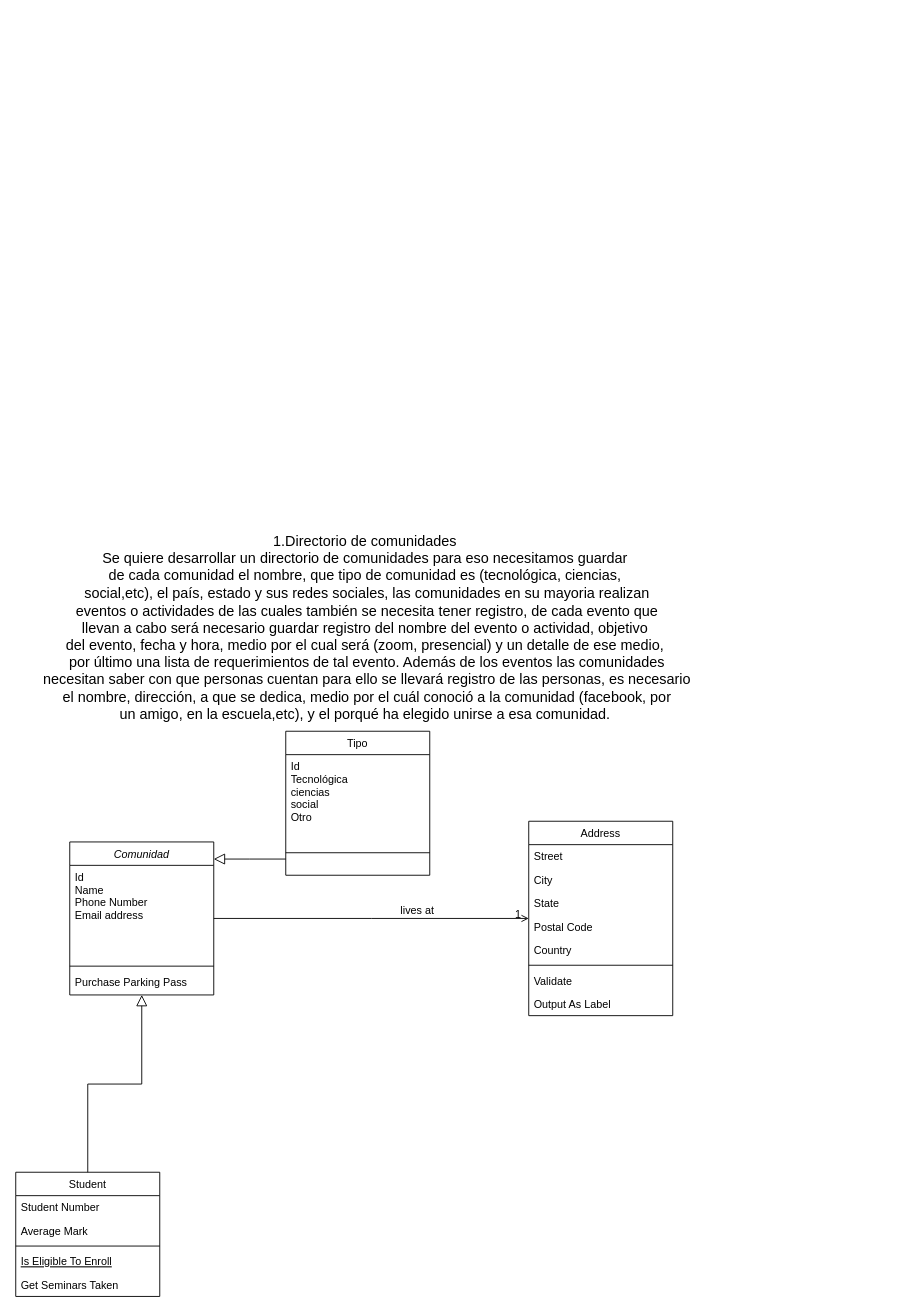
Above: Untitled Diagram.drawio in jazzadahack323Gro/Diagrams (draw.io), before the change. Source tidied: cells renumbered, new cells numbered last; positions are measured from the earlier drawing's top-left corner, leaving out a move shared by most shapes. Both pictures are drawn from the tidied source at 90%, with x=0, y=0 at pixel (15, 533).
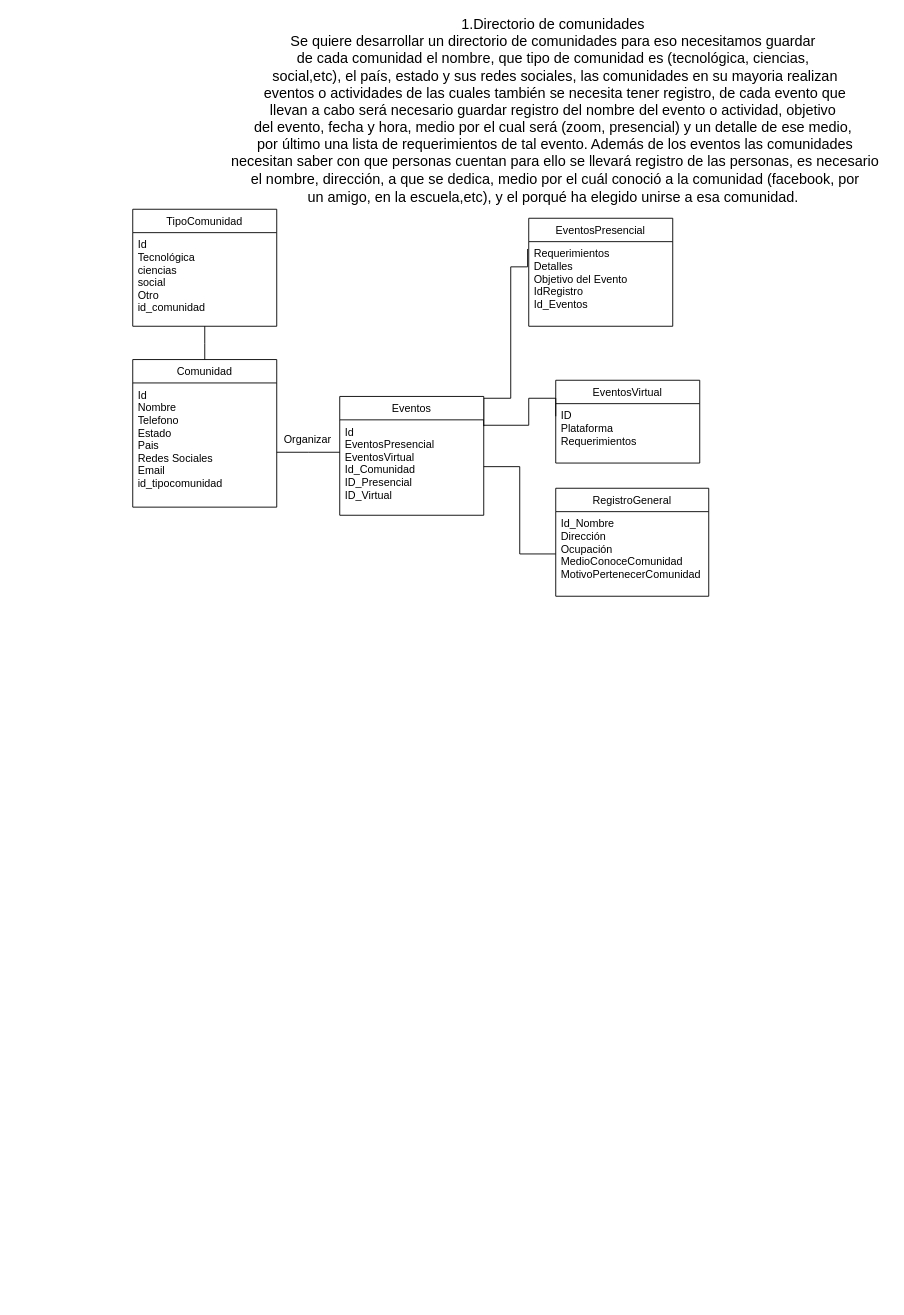
The same page after the edit.

Change to the diagram source:
```diff
@@
-    <mxCell id="2" value="Comunidad" style="swimlane;fontStyle=2;align=center;verticalAlign=top;horizontal=1;startSize=26;rounded=0;shadow=0;strokeWidth=1;" parent="1" vertex="1">
-      <mxGeometry x="60" y="343" width="160" height="170" as="geometry" />
+    <mxCell id="2" value="Comunidad" style="swimlane;fontStyle=0;align=center;verticalAlign=top;horizontal=1;startSize=26;rounded=0;shadow=0;strokeWidth=1;" parent="1" vertex="1">
+      <mxGeometry x="130" y="-193" width="160" height="164" as="geometry" />
     </mxCell>
-    <mxCell id="3" value="Id &#10;Name&#10;Phone Number&#10;Email address" style="text;align=left;verticalAlign=top;spacingLeft=4;spacingRight=4;overflow=hidden;" parent="2" vertex="1">
-      <mxGeometry y="26" width="160" height="108" as="geometry" />
+    <mxCell id="3" value="Id &#10;Nombre&#10;Telefono&#10;Estado&#10;Pais&#10;Redes Sociales&#10;Email &#10;id_tipocomunidad" style="text;align=left;verticalAlign=top;spacingLeft=4;spacingRight=4;overflow=hidden;" parent="2" vertex="1">
+      <mxGeometry y="26" width="160" height="138" as="geometry" />
     </mxCell>
-    <mxCell id="4" style="line;html=1;strokeWidth=1;align=left;verticalAlign=middle;spacingTop=-1;spacingLeft=3;spacingRight=3;labelPosition=right;" parent="2" vertex="1">
-      <mxGeometry y="134" width="160" height="8" as="geometry" />
-    </mxCell>
-    <mxCell id="5" value="Purchase Parking Pass" style="text;align=left;verticalAlign=middle;spacingLeft=4;spacingRight=4;overflow=hidden;" parent="2" vertex="1">
-      <mxGeometry y="142" width="160" height="28" as="geometry" />
-    </mxCell>
-    <mxCell id="6" value="Student" style="swimlane;fontStyle=0;align=center;verticalAlign=top;horizontal=1;startSize=26;rounded=0;shadow=0;strokeWidth=1;" parent="1" vertex="1">
-      <mxGeometry y="710" width="160" height="138" as="geometry" />
-    </mxCell>
-    <mxCell id="7" value="Student Number" style="text;align=left;verticalAlign=top;spacingLeft=4;spacingRight=4;overflow=hidden;" parent="6" vertex="1">
-      <mxGeometry y="26" width="160" height="26" as="geometry" />
-    </mxCell>
-    <mxCell id="8" value="Average Mark" style="text;align=left;verticalAlign=top;spacingLeft=4;spacingRight=4;overflow=hidden;rounded=0;shadow=0;html=0;" parent="6" vertex="1">
-      <mxGeometry y="52" width="160" height="26" as="geometry" />
-    </mxCell>
-    <mxCell id="9" style="line;html=1;strokeWidth=1;align=left;verticalAlign=middle;spacingTop=-1;spacingLeft=3;spacingRight=3;labelPosition=right;" parent="6" vertex="1">
-      <mxGeometry y="78" width="160" height="8" as="geometry" />
-    </mxCell>
-    <mxCell id="10" value="Is Eligible To Enroll" style="text;align=left;verticalAlign=top;spacingLeft=4;spacingRight=4;overflow=hidden;fontStyle=4;" parent="6" vertex="1">
-      <mxGeometry y="86" width="160" height="26" as="geometry" />
-    </mxCell>
-    <mxCell id="11" value="Get Seminars Taken" style="text;align=left;verticalAlign=top;spacingLeft=4;spacingRight=4;overflow=hidden;" parent="6" vertex="1">
-      <mxGeometry y="112" width="160" height="26" as="geometry" />
-    </mxCell>
-    <mxCell id="12" style="endArrow=block;endSize=10;endFill=0;shadow=0;strokeWidth=1;rounded=0;edgeStyle=elbowEdgeStyle;elbow=vertical;" parent="1" edge="1" source="6" target="2">
-      <mxGeometry relative="1" as="geometry" />
-    </mxCell>
-    <mxCell id="13" value="Tipo" style="swimlane;fontStyle=0;align=center;verticalAlign=top;horizontal=1;startSize=26;rounded=0;shadow=0;strokeWidth=1;" parent="1" vertex="1">
-      <mxGeometry x="300" y="220" width="160" height="160" as="geometry" />
+    <mxCell id="13" value="TipoComunidad" style="swimlane;fontStyle=0;align=center;verticalAlign=top;horizontal=1;startSize=26;rounded=0;shadow=0;strokeWidth=1;" parent="1" vertex="1">
+      <mxGeometry x="130" y="-360" width="160" height="130" as="geometry" />
     </mxCell>
-    <mxCell id="14" value="Id&#10;Tecnológica&#10;ciencias &#10;social&#10;Otro" style="text;align=left;verticalAlign=top;spacingLeft=4;spacingRight=4;overflow=hidden;" parent="13" vertex="1">
-      <mxGeometry y="26" width="160" height="84" as="geometry" />
+    <mxCell id="14" value="Id&#10;Tecnológica&#10;ciencias &#10;social&#10;Otro&#10;id_comunidad" style="text;align=left;verticalAlign=top;spacingLeft=4;spacingRight=4;overflow=hidden;" parent="13" vertex="1">
+      <mxGeometry y="26" width="160" height="104" as="geometry" />
     </mxCell>
-    <mxCell id="15" style="line;html=1;strokeWidth=1;align=left;verticalAlign=middle;spacingTop=-1;spacingLeft=3;spacingRight=3;labelPosition=right;" parent="13" vertex="1">
-      <mxGeometry y="110" width="160" height="50" as="geometry" />
-    </mxCell>
-    <mxCell id="16" style="endArrow=block;endSize=10;endFill=0;shadow=0;strokeWidth=1;rounded=0;edgeStyle=elbowEdgeStyle;elbow=vertical;" parent="1" edge="1" source="13" target="2">
+    <mxCell id="16" style="endArrow=none;endFill=0;shadow=0;strokeWidth=1;rounded=0;edgeStyle=elbowEdgeStyle;elbow=vertical;" parent="1" edge="1" source="13" target="2">
       <mxGeometry relative="1" as="geometry" />
     </mxCell>
+    <mxCell id="30" style="edgeStyle=orthogonalEdgeStyle;rounded=0;jettySize=auto;html=1;exitX=1;exitY=0.25;exitDx=0;exitDy=0;entryX=-0.008;entryY=0.11;entryDx=0;entryDy=0;entryPerimeter=0;endArrow=none;endFill=0;" parent="1" edge="1" source="17" target="32">
+      <mxGeometry relative="1" as="geometry">
+        <Array as="points">
+          <mxPoint x="520" y="-150" />
+          <mxPoint x="550" y="-150" />
+          <mxPoint x="550" y="-296" />
+        </Array>
+      </mxGeometry>
+    </mxCell>
-    <mxCell id="17" value="Address" style="swimlane;fontStyle=0;align=center;verticalAlign=top;horizontal=1;startSize=26;rounded=0;shadow=0;strokeWidth=1;" parent="1" vertex="1">
-      <mxGeometry x="570" y="320" width="160" height="216" as="geometry" />
+    <mxCell id="17" value="Eventos" style="swimlane;fontStyle=0;align=center;verticalAlign=top;horizontal=1;startSize=26;rounded=0;shadow=0;strokeWidth=1;" parent="1" vertex="1">
+      <mxGeometry x="360" y="-152" width="160" height="132" as="geometry" />
     </mxCell>
-    <mxCell id="18" value="Street" style="text;align=left;verticalAlign=top;spacingLeft=4;spacingRight=4;overflow=hidden;" parent="17" vertex="1">
-      <mxGeometry y="26" width="160" height="26" as="geometry" />
-    </mxCell>
-    <mxCell id="19" value="City" style="text;align=left;verticalAlign=top;spacingLeft=4;spacingRight=4;overflow=hidden;rounded=0;shadow=0;html=0;" parent="17" vertex="1">
-      <mxGeometry y="52" width="160" height="26" as="geometry" />
-    </mxCell>
-    <mxCell id="20" value="State" style="text;align=left;verticalAlign=top;spacingLeft=4;spacingRight=4;overflow=hidden;rounded=0;shadow=0;html=0;" parent="17" vertex="1">
-      <mxGeometry y="78" width="160" height="26" as="geometry" />
-    </mxCell>
-    <mxCell id="21" value="Postal Code" style="text;align=left;verticalAlign=top;spacingLeft=4;spacingRight=4;overflow=hidden;points=[[0,0.5],[1,0.5]];portConstraint=eastwest;rounded=0;shadow=0;html=0;" parent="17" vertex="1">
-      <mxGeometry y="104" width="160" height="26" as="geometry" />
+    <mxCell id="21" value="Id&#10;EventosPresencial&#10;EventosVirtual&#10;Id_Comunidad&#10;ID_Presencial&#10;ID_Virtual" style="text;align=left;verticalAlign=top;spacingLeft=4;spacingRight=4;overflow=hidden;points=[[0,0.5],[1,0.5]];portConstraint=eastwest;rounded=0;shadow=0;html=0;" parent="17" vertex="1">
+      <mxGeometry y="26" width="160" height="104" as="geometry" />
     </mxCell>
-    <mxCell id="22" value="Country" style="text;align=left;verticalAlign=top;spacingLeft=4;spacingRight=4;overflow=hidden;rounded=0;shadow=0;html=0;" parent="17" vertex="1">
-      <mxGeometry y="130" width="160" height="26" as="geometry" />
-    </mxCell>
-    <mxCell id="23" style="line;html=1;strokeWidth=1;align=left;verticalAlign=middle;spacingTop=-1;spacingLeft=3;spacingRight=3;labelPosition=right;" parent="17" vertex="1">
-      <mxGeometry y="156" width="160" height="8" as="geometry" />
-    </mxCell>
-    <mxCell id="24" value="Validate" style="text;align=left;verticalAlign=top;spacingLeft=4;spacingRight=4;overflow=hidden;" parent="17" vertex="1">
-      <mxGeometry y="164" width="160" height="26" as="geometry" />
-    </mxCell>
-    <mxCell id="25" value="Output As Label" style="text;align=left;verticalAlign=top;spacingLeft=4;spacingRight=4;overflow=hidden;" parent="17" vertex="1">
-      <mxGeometry y="190" width="160" height="26" as="geometry" />
-    </mxCell>
-    <mxCell id="26" style="endArrow=open;shadow=0;strokeWidth=1;rounded=0;endFill=1;edgeStyle=elbowEdgeStyle;elbow=vertical;" parent="1" edge="1" source="2" target="17">
+    <mxCell id="26" style="endArrow=none;shadow=0;strokeWidth=1;rounded=0;endFill=0;edgeStyle=elbowEdgeStyle;elbow=vertical;" parent="1" edge="1" source="2" target="17">
       <mxGeometry x="0.5" y="41" relative="1" as="geometry">
         <mxPoint x="-40" y="32" as="offset" />
       </mxGeometry>
     </mxCell>
-    <mxCell id="27" value="1" style="align=right;verticalAlign=bottom;labelBackgroundColor=none;fontSize=12;" parent="26" vertex="1">
-      <mxGeometry x="1" relative="1" as="geometry">
-        <mxPoint x="-7" y="4" as="offset" />
-      </mxGeometry>
-    </mxCell>
-    <mxCell id="28" value="lives at" style="text;html=1;align=center;verticalAlign=middle;labelBackgroundColor=none;rounded=0;shadow=0;strokeWidth=1;fontSize=12;" parent="26" vertex="1">
+    <mxCell id="28" value="Organizar" style="text;html=1;align=center;verticalAlign=middle;labelBackgroundColor=none;rounded=0;shadow=0;strokeWidth=1;fontSize=12;" parent="26" vertex="1">
       <mxGeometry x="0.5" y="49" relative="1" as="geometry">
-        <mxPoint x="-38" y="40" as="offset" />
+        <mxPoint x="-20" y="34" as="offset" />
       </mxGeometry>
     </mxCell>
     <mxCell id="29" value="1.Directorio de comunidades&amp;nbsp;&lt;br style=&quot;font-size: 16px;&quot;&gt;Se quiere desarrollar un directorio de comunidades para eso necesitamos guardar&amp;nbsp;&lt;br style=&quot;font-size: 16px;&quot;&gt;de cada comunidad el nombre, que tipo de comunidad es (tecnológica, ciencias,&amp;nbsp;&lt;br style=&quot;font-size: 16px;&quot;&gt;social,etc), el país, estado y sus redes sociales, las comunidades en su mayoria realizan&lt;br style=&quot;font-size: 16px;&quot;&gt;&amp;nbsp;eventos o actividades de las cuales también se necesita tener registro, de cada evento que&amp;nbsp;&lt;br style=&quot;font-size: 16px;&quot;&gt;llevan a cabo será necesario guardar registro del nombre del evento o actividad, objetivo&amp;nbsp;&lt;br style=&quot;font-size: 16px;&quot;&gt;del evento, fecha y hora, medio por el cual será (zoom, presencial) y un detalle de ese medio,&amp;nbsp;&lt;br style=&quot;font-size: 16px;&quot;&gt;por último una lista de requerimientos de tal evento. Además de los eventos las comunidades&lt;br style=&quot;font-size: 16px;&quot;&gt;&amp;nbsp;necesitan saber con que personas cuentan para ello se llevará registro de las personas, es necesario&amp;nbsp;&lt;br style=&quot;font-size: 16px;&quot;&gt;el nombre, dirección, a que se dedica, medio por el cuál conoció a la comunidad (facebook, por &lt;br style=&quot;font-size: 16px;&quot;&gt;un amigo, en la escuela,etc), y el porqué ha elegido unirse a esa comunidad.&amp;nbsp;&lt;br style=&quot;font-size: 16px;&quot;&gt;" style="text;align=center;verticalAlign=middle;strokeColor=none;fillColor=none;opacity=80;html=1;fontSize=16;" parent="1" vertex="1">
-      <mxGeometry x="20" width="740" height="210" as="geometry" />
+      <mxGeometry x="229" y="-575" width="740" height="210" as="geometry" />
     </mxCell>
+    <mxCell id="31" value="EventosPresencial" style="swimlane;fontStyle=0;align=center;verticalAlign=top;horizontal=1;startSize=26;rounded=0;shadow=0;strokeWidth=1;" parent="1" vertex="1">
+      <mxGeometry x="570" y="-350" width="160" height="120" as="geometry" />
+    </mxCell>
+    <mxCell id="32" value="Requerimientos&#10;Detalles&#10;Objetivo del Evento&#10;IdRegistro&#10;Id_Eventos" style="text;align=left;verticalAlign=top;spacingLeft=4;spacingRight=4;overflow=hidden;points=[[0,0.5],[1,0.5]];portConstraint=eastwest;rounded=0;shadow=0;html=0;" parent="31" vertex="1">
+      <mxGeometry y="26" width="160" height="74" as="geometry" />
+    </mxCell>
+    <mxCell id="33" value="EventosVirtual" style="swimlane;fontStyle=0;align=center;verticalAlign=top;horizontal=1;startSize=26;rounded=0;shadow=0;strokeWidth=1;" parent="1" vertex="1">
+      <mxGeometry x="600" y="-170" width="160" height="92" as="geometry" />
+    </mxCell>
+    <mxCell id="34" value="ID&#10;Plataforma&#10;Requerimientos" style="text;align=left;verticalAlign=top;spacingLeft=4;spacingRight=4;overflow=hidden;points=[[0,0.5],[1,0.5]];portConstraint=eastwest;rounded=0;shadow=0;html=0;" parent="33" vertex="1">
+      <mxGeometry y="26" width="160" height="54" as="geometry" />
+    </mxCell>
+    <mxCell id="35" style="edgeStyle=orthogonalEdgeStyle;rounded=0;jettySize=auto;html=1;endArrow=none;endFill=0;entryX=0;entryY=0.259;entryDx=0;entryDy=0;entryPerimeter=0;" parent="1" edge="1" source="21" target="34">
+      <mxGeometry relative="1" as="geometry">
+        <Array as="points">
+          <mxPoint x="570" y="-120" />
+          <mxPoint x="570" y="-150" />
+          <mxPoint x="600" y="-150" />
+        </Array>
+      </mxGeometry>
+    </mxCell>
+    <mxCell id="36" value="RegistroGeneral" style="swimlane;fontStyle=0;align=center;verticalAlign=top;horizontal=1;startSize=26;rounded=0;shadow=0;strokeWidth=1;" parent="1" vertex="1">
+      <mxGeometry x="600" y="-50" width="170" height="120" as="geometry" />
+    </mxCell>
+    <mxCell id="37" value="Id_Nombre&#10;Dirección&#10;Ocupación&#10;MedioConoceComunidad&#10;MotivoPertenecerComunidad" style="text;align=left;verticalAlign=top;spacingLeft=4;spacingRight=4;overflow=hidden;points=[[0,0.5],[1,0.5]];portConstraint=eastwest;rounded=0;shadow=0;html=0;" parent="36" vertex="1">
+      <mxGeometry y="26" width="170" height="94" as="geometry" />
+    </mxCell>
+    <mxCell id="38" style="edgeStyle=orthogonalEdgeStyle;rounded=0;jettySize=auto;html=1;endArrow=none;endFill=0;" parent="1" edge="1" source="21" target="37">
+      <mxGeometry relative="1" as="geometry" />
+    </mxCell>
```
